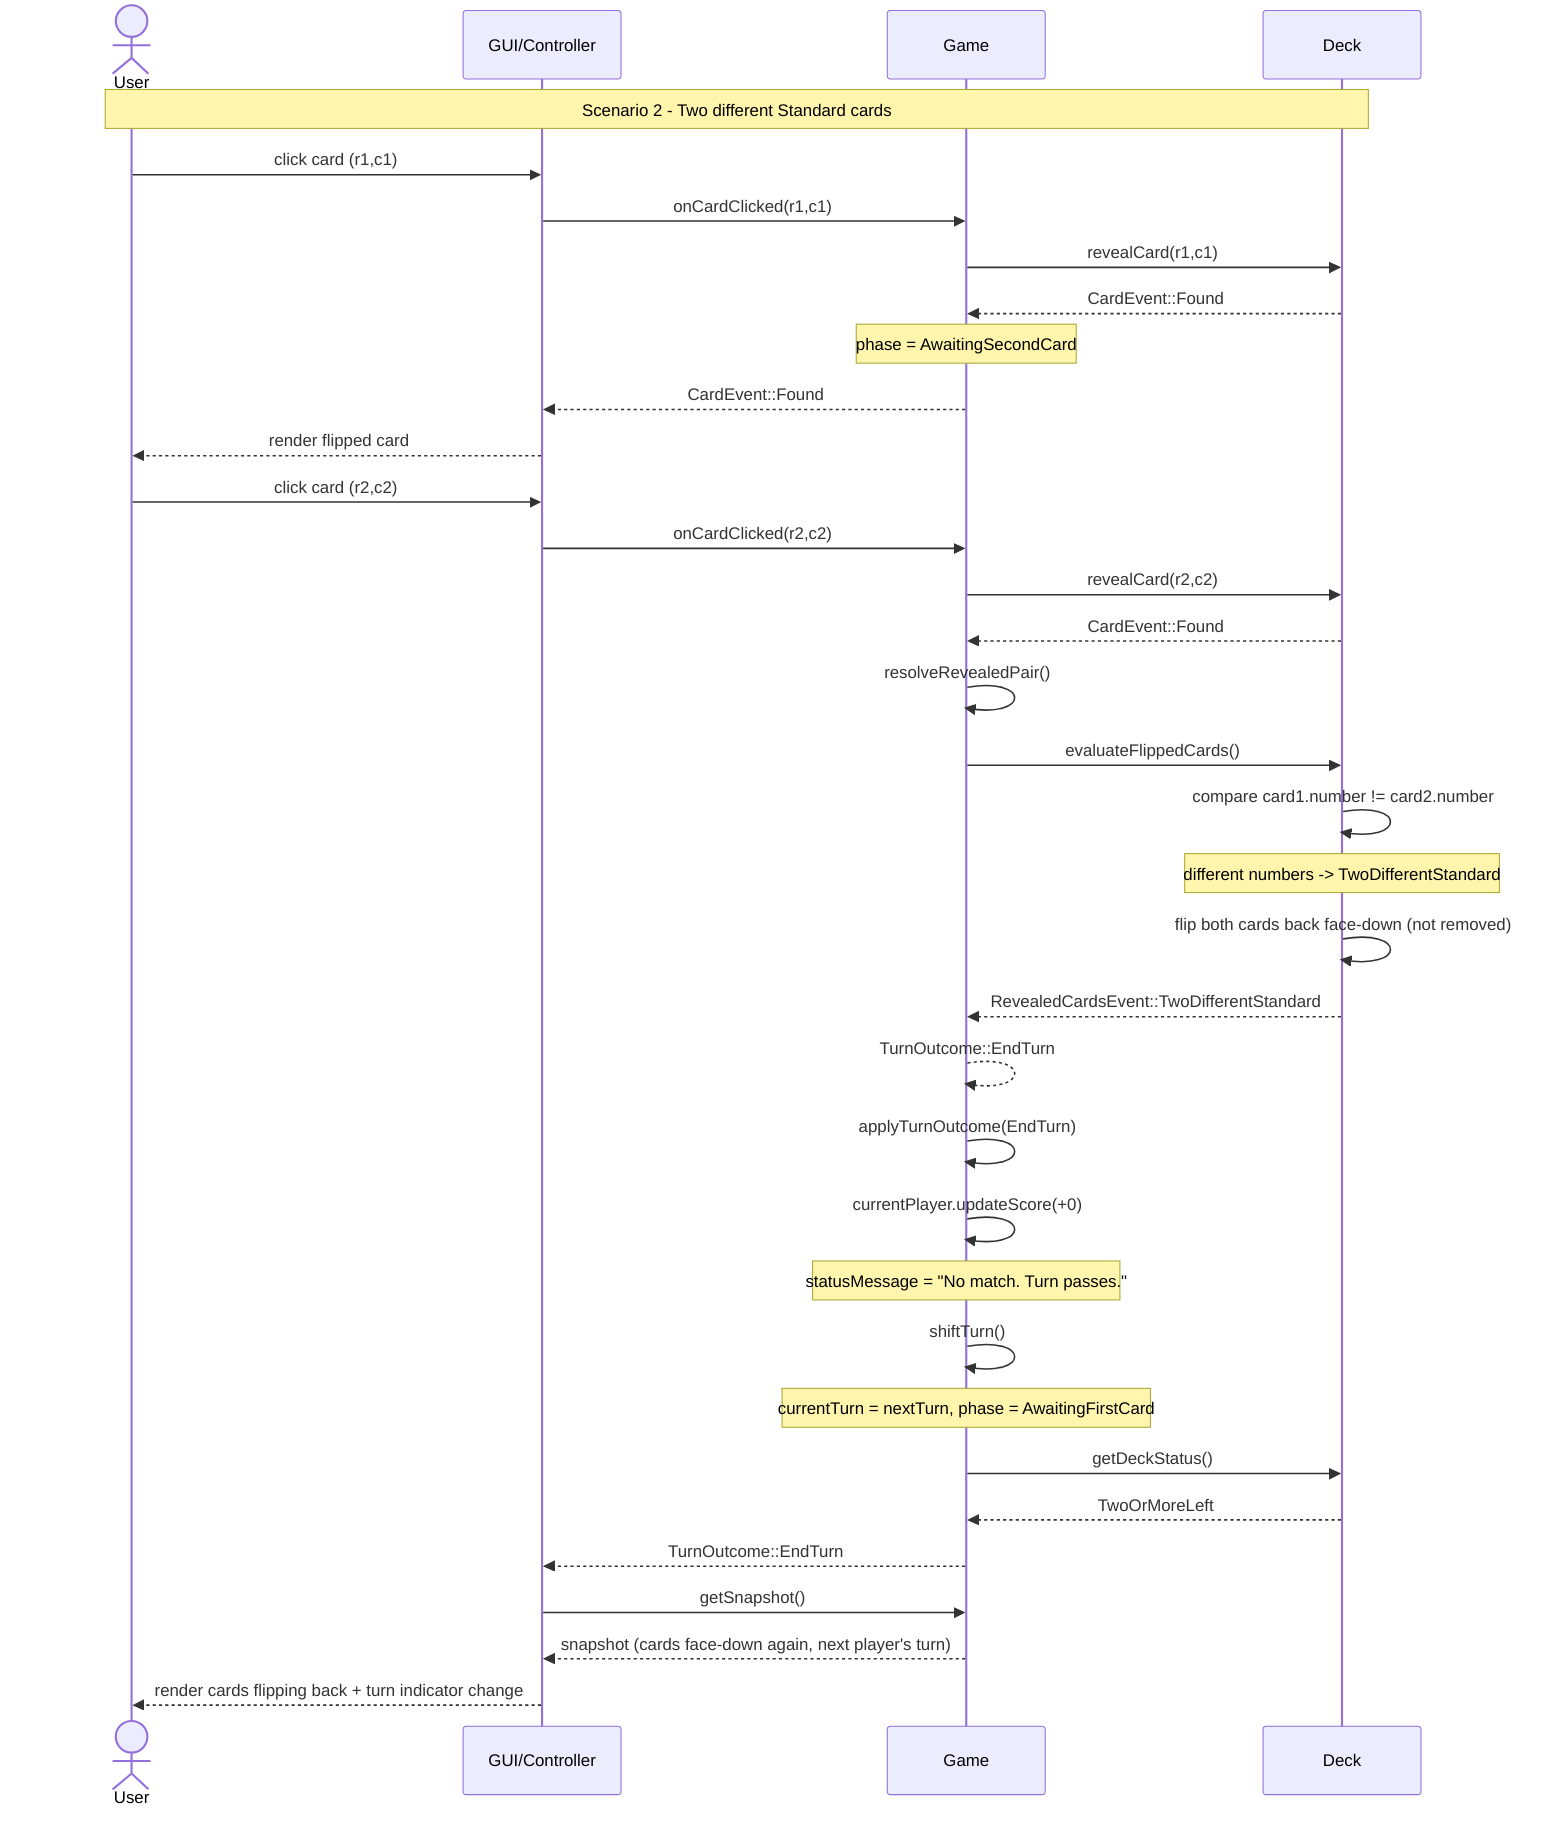
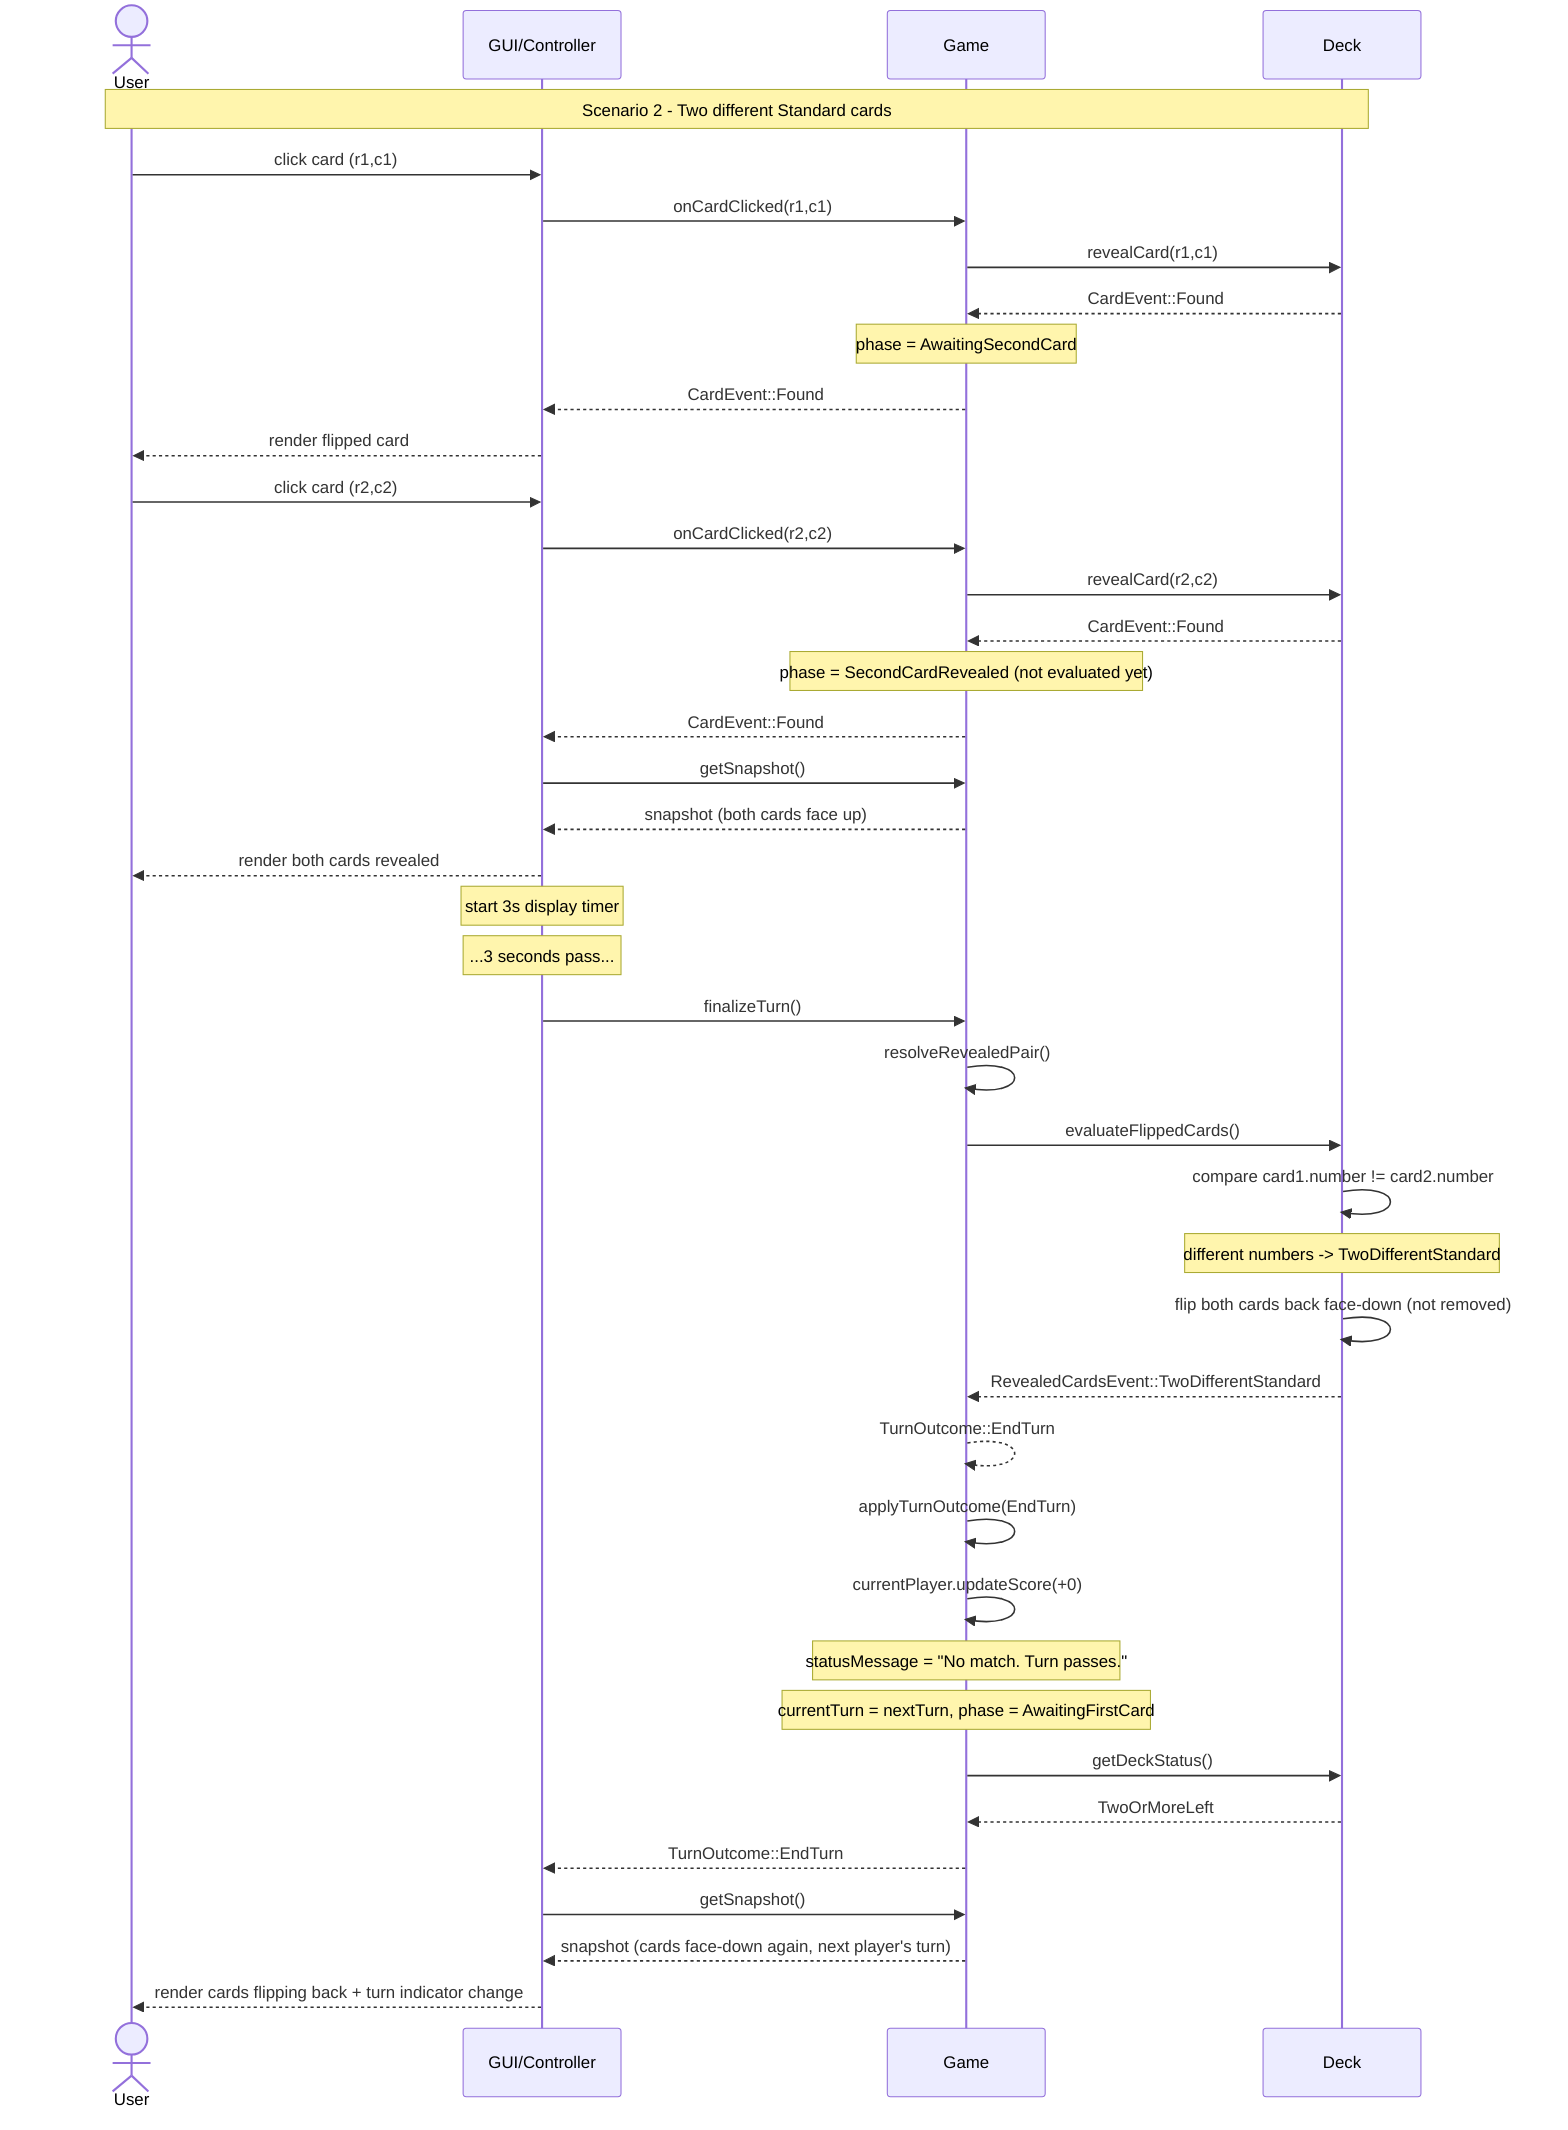
sequenceDiagram
    actor U as User
    participant GUI as GUI/Controller
    participant G as Game
    participant D as Deck

    Note over U,D: Scenario 2 - Two different Standard cards

    U->>GUI: click card (r1,c1)
    GUI->>G: onCardClicked(r1,c1)
    G->>D: revealCard(r1,c1)
    D-->>G: CardEvent::Found
    Note over G: phase = AwaitingSecondCard
    G-->>GUI: CardEvent::Found
    GUI-->>U: render flipped card

    U->>GUI: click card (r2,c2)
    GUI->>G: onCardClicked(r2,c2)
    G->>D: revealCard(r2,c2)
    D-->>G: CardEvent::Found
+     Note over G: phase = SecondCardRevealed (not evaluated yet)
+     G-->>GUI: CardEvent::Found
+     GUI->>G: getSnapshot()
+     G-->>GUI: snapshot (both cards face up)
+     GUI-->>U: render both cards revealed
+     Note over GUI: start 3s display timer
+ 
+     Note over GUI: ...3 seconds pass...
+     GUI->>G: finalizeTurn()
    G->>G: resolveRevealedPair()
    G->>D: evaluateFlippedCards()
    D->>D: compare card1.number != card2.number
    Note over D: different numbers -> TwoDifferentStandard
    D->>D: flip both cards back face-down (not removed)
    D-->>G: RevealedCardsEvent::TwoDifferentStandard
    G-->>G: TurnOutcome::EndTurn
    G->>G: applyTurnOutcome(EndTurn)
    G->>G: currentPlayer.updateScore(+0)
    Note over G: statusMessage = "No match. Turn passes."
-     G->>G: shiftTurn()
    Note over G: currentTurn = nextTurn, phase = AwaitingFirstCard
    G->>D: getDeckStatus()
    D-->>G: TwoOrMoreLeft
    G-->>GUI: TurnOutcome::EndTurn
    GUI->>G: getSnapshot()
    G-->>GUI: snapshot (cards face-down again, next player's turn)
    GUI-->>U: render cards flipping back + turn indicator change
